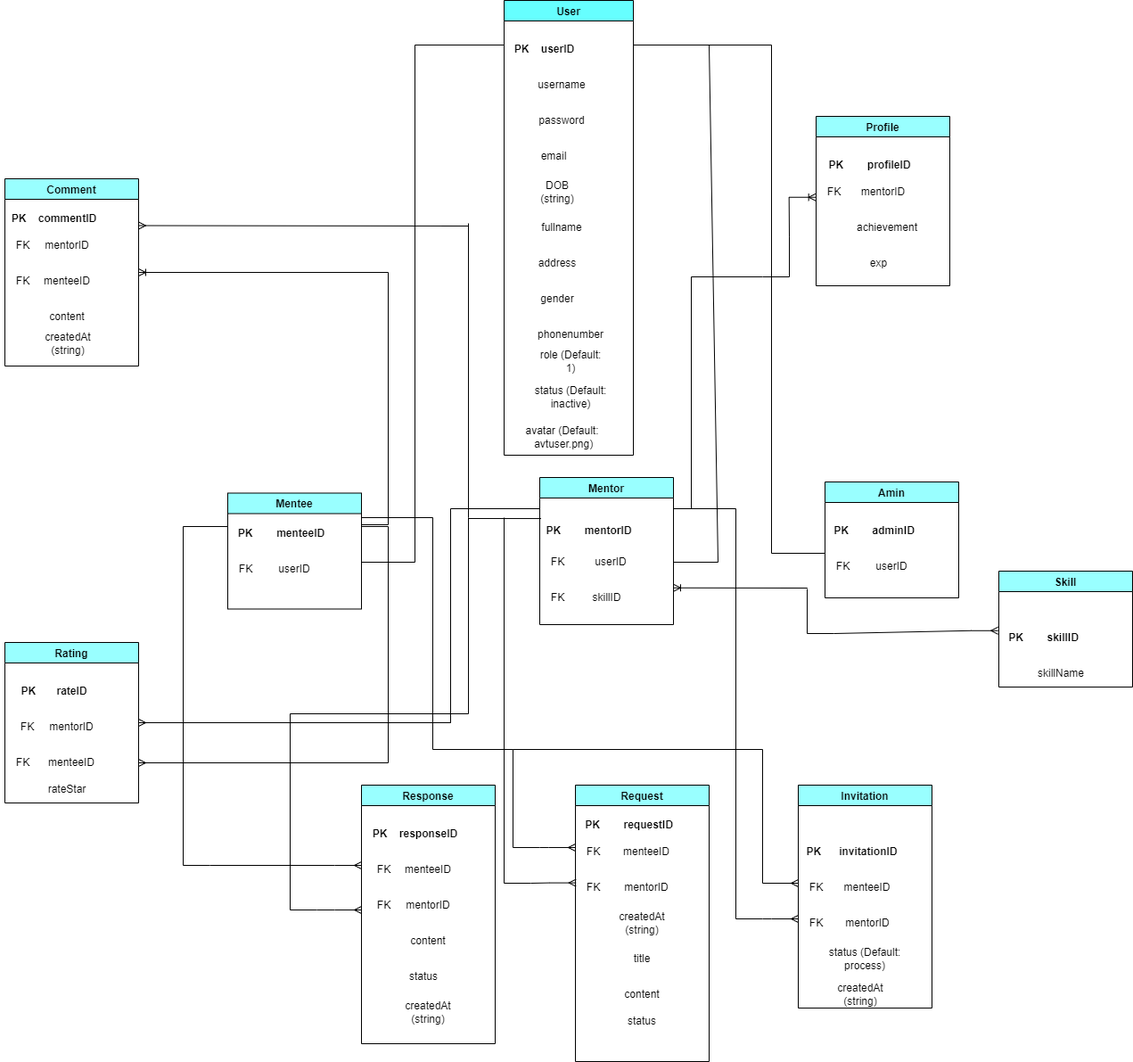
Above: HappyProgramming_DB.drawio.png in dungdt23/SWP391_Document (draw.io), before the change. Source tidied: cells renumbered, new cells last; positions are measured from the earlier drawing's top-left corner, leaving out a move shared by most shapes.
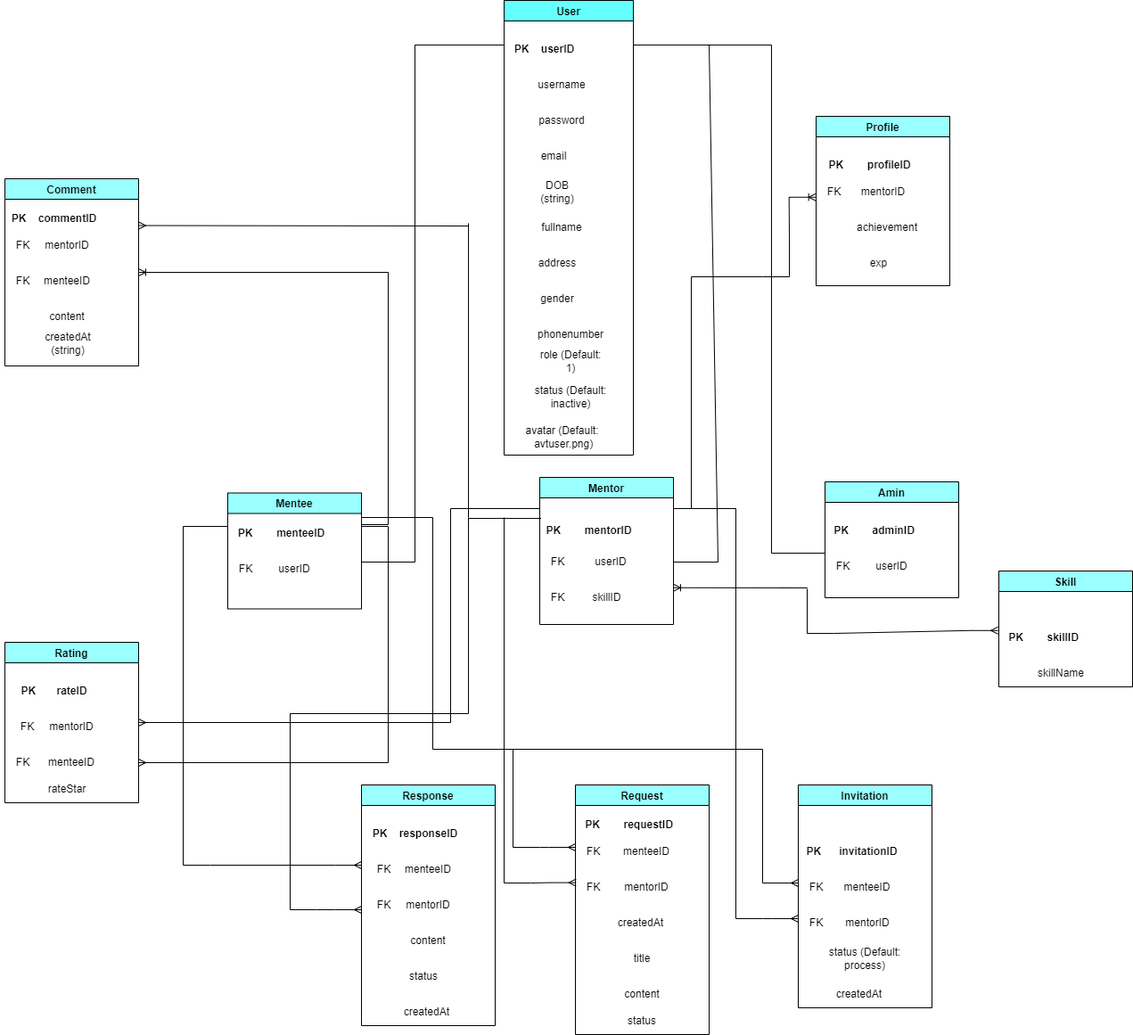
Later version of the same file.

What changed in the source:
```diff
@@ -93,7 +93,7 @@
       <mxGeometry x="40" y="100" width="60" height="30" as="geometry" />
     </mxCell>
     <mxCell id="32" value="Request" style="swimlane;fillColor=#99FFFF;" parent="1" vertex="1">
-      <mxGeometry x="645" y="880" width="150" height="310" as="geometry" />
+      <mxGeometry x="645" y="880" width="150" height="280" as="geometry" />
     </mxCell>
     <mxCell id="33" value="&lt;b&gt;PK&amp;nbsp;&amp;nbsp;&amp;nbsp;&amp;nbsp;&amp;nbsp;&amp;nbsp;&amp;nbsp; requestID&lt;/b&gt;" style="text;html=1;align=center;verticalAlign=middle;strokeColor=none;fillColor=none;" parent="32" vertex="1">
       <mxGeometry y="30" width="120" height="30" as="geometry" />
@@ -119,7 +119,7 @@
     <mxCell id="40" value="content" style="text;html=1;strokeColor=none;fillColor=none;align=center;verticalAlign=middle;whiteSpace=wrap;rounded=0;" parent="32" vertex="1">
       <mxGeometry x="45" y="220" width="60" height="30" as="geometry" />
     </mxCell>
-    <mxCell id="41" value="createdAt (string)" style="text;html=1;strokeColor=none;fillColor=none;align=center;verticalAlign=middle;whiteSpace=wrap;rounded=0;" parent="32" vertex="1">
+    <mxCell id="41" value="createdAt&amp;nbsp;" style="text;html=1;strokeColor=none;fillColor=none;align=center;verticalAlign=middle;whiteSpace=wrap;rounded=0;" parent="32" vertex="1">
       <mxGeometry x="45" y="140" width="60" height="30" as="geometry" />
     </mxCell>
     <mxCell id="42" value="Rating" style="swimlane;fillColor=#99FFFF;" parent="1" vertex="1">
@@ -164,11 +164,11 @@
     <mxCell id="55" value="status (Default: process)" style="text;html=1;strokeColor=none;fillColor=none;align=center;verticalAlign=middle;whiteSpace=wrap;rounded=0;" parent="49" vertex="1">
       <mxGeometry x="30" y="180" width="90" height="30" as="geometry" />
     </mxCell>
-    <mxCell id="56" value="createdAt (string)" style="text;html=1;strokeColor=none;fillColor=none;align=center;verticalAlign=middle;whiteSpace=wrap;rounded=0;" parent="49" vertex="1">
+    <mxCell id="56" value="createdAt&amp;nbsp;" style="text;html=1;strokeColor=none;fillColor=none;align=center;verticalAlign=middle;whiteSpace=wrap;rounded=0;" parent="49" vertex="1">
       <mxGeometry x="40" y="220" width="60" height="30" as="geometry" />
     </mxCell>
     <mxCell id="57" value="Response" style="swimlane;fillColor=#99FFFF;" parent="1" vertex="1">
-      <mxGeometry x="405" y="880" width="150" height="290" as="geometry" />
+      <mxGeometry x="405" y="880" width="150" height="270" as="geometry" />
     </mxCell>
     <mxCell id="58" value="&lt;b&gt;PK&amp;nbsp; &amp;nbsp; responseID&lt;/b&gt;" style="text;html=1;align=center;verticalAlign=middle;strokeColor=none;fillColor=none;" parent="57" vertex="1">
       <mxGeometry y="40" width="120" height="30" as="geometry" />
@@ -191,7 +191,7 @@
     <mxCell id="64" value="status" style="text;html=1;strokeColor=none;fillColor=none;align=center;verticalAlign=middle;whiteSpace=wrap;rounded=0;" parent="57" vertex="1">
       <mxGeometry x="40" y="200" width="60" height="30" as="geometry" />
     </mxCell>
-    <mxCell id="65" value="createdAt (string)" style="text;html=1;strokeColor=none;fillColor=none;align=center;verticalAlign=middle;whiteSpace=wrap;rounded=0;" parent="57" vertex="1">
+    <mxCell id="65" value="createdAt&amp;nbsp;" style="text;html=1;strokeColor=none;fillColor=none;align=center;verticalAlign=middle;whiteSpace=wrap;rounded=0;" parent="57" vertex="1">
       <mxGeometry x="45" y="240" width="60" height="30" as="geometry" />
     </mxCell>
     <mxCell id="66" value="Comment" style="swimlane;fillColor=#99FFFF;" parent="1" vertex="1">
```
